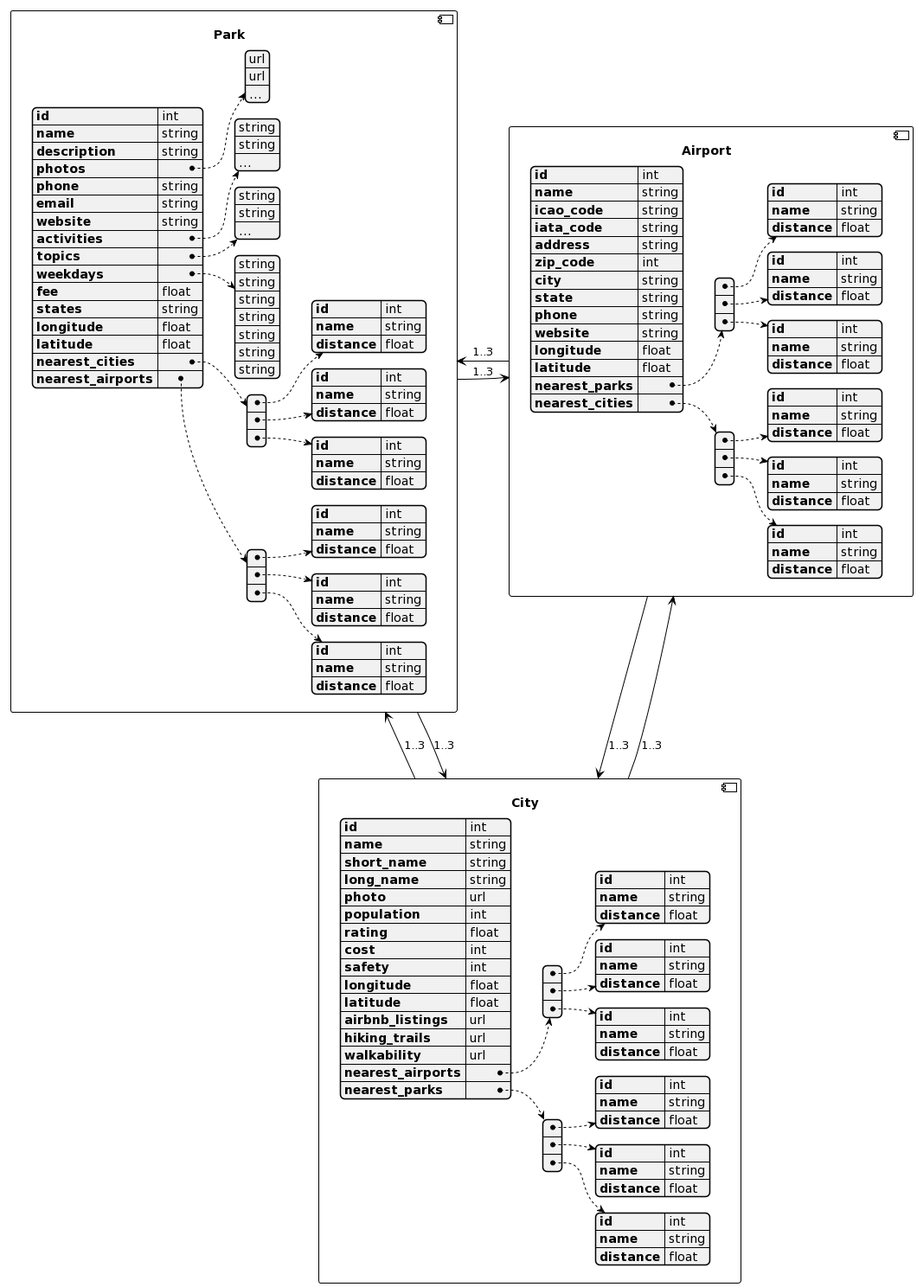
audreyyc/parkscape keeps this PlantUML diagram as ParkScape-UML.png. Above is the earlier version.
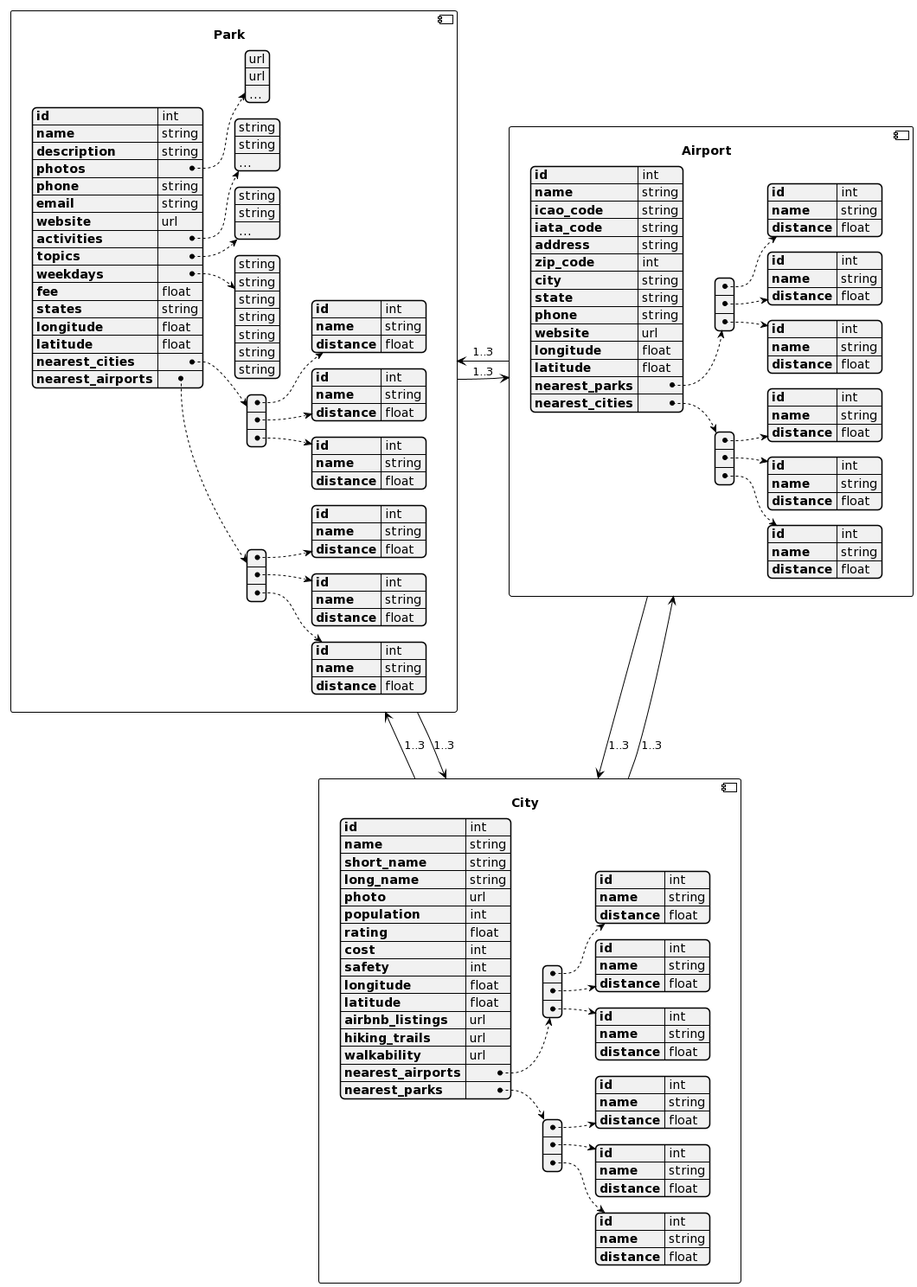
After the change.

Change to the diagram source:
```diff
@@ -8,7 +8,7 @@
 "photos": ["url","url","..."],
 "phone":"string",
 "email":"string",
-"website":"string",
+"website":"url",
 "activities":["string","string","..."],
 "topics":["string","string","..."],
 "weekdays":["string","string","string","string","string","string","string"],
@@ -109,7 +109,7 @@
 "city":"string",
 "state":"string",
 "phone":"string",
-"website":"string",
+"website":"url",
 "longitude":"float",
 "latitude":"float",
 "nearest_parks": [{
```
